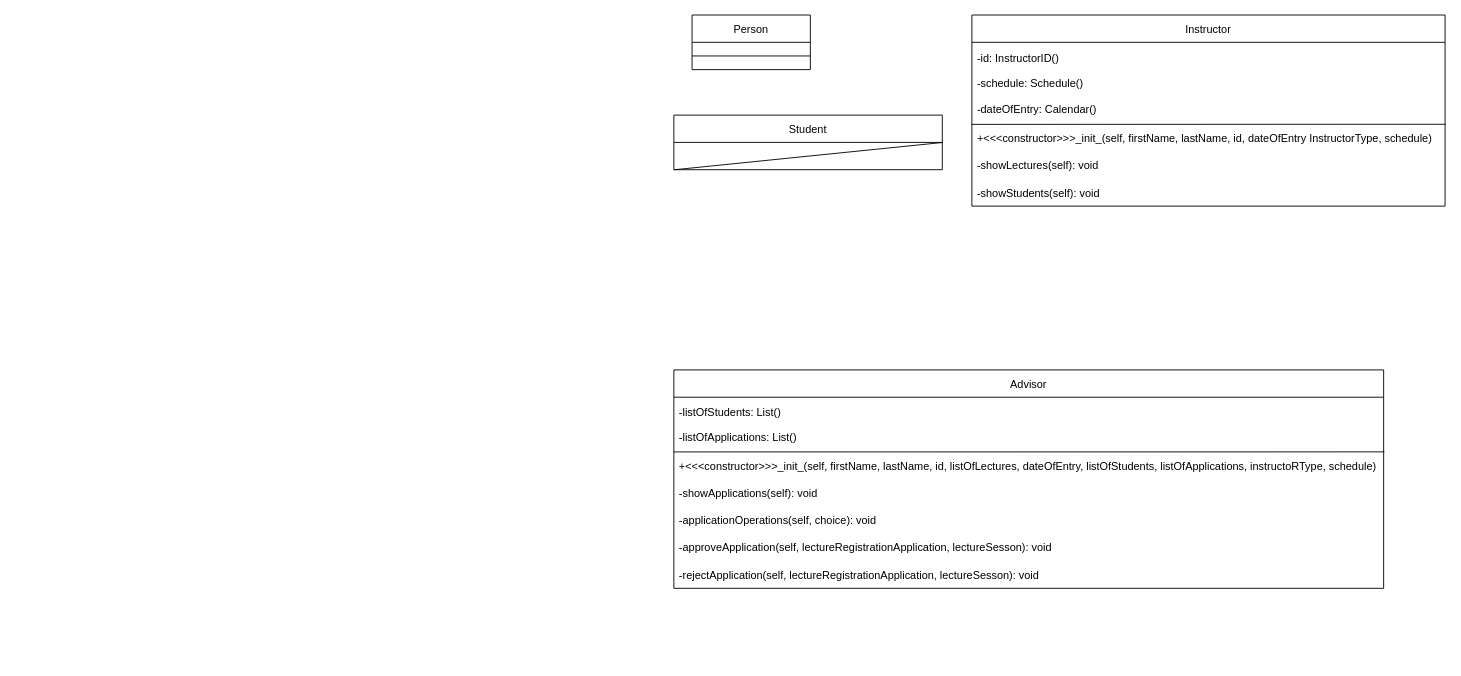
Before: serdar.drawio in gitsametcan/CSE3063F22P1_GRP1, a draw.io diagram. Source tidied: cells renumbered, new cells numbered last; positions are measured from the earlier drawing's top-left corner, leaving out a move shared by most shapes. Both pictures are drawn from the tidied source at 91%, with x=0, y=0 at pixel (673, 15).
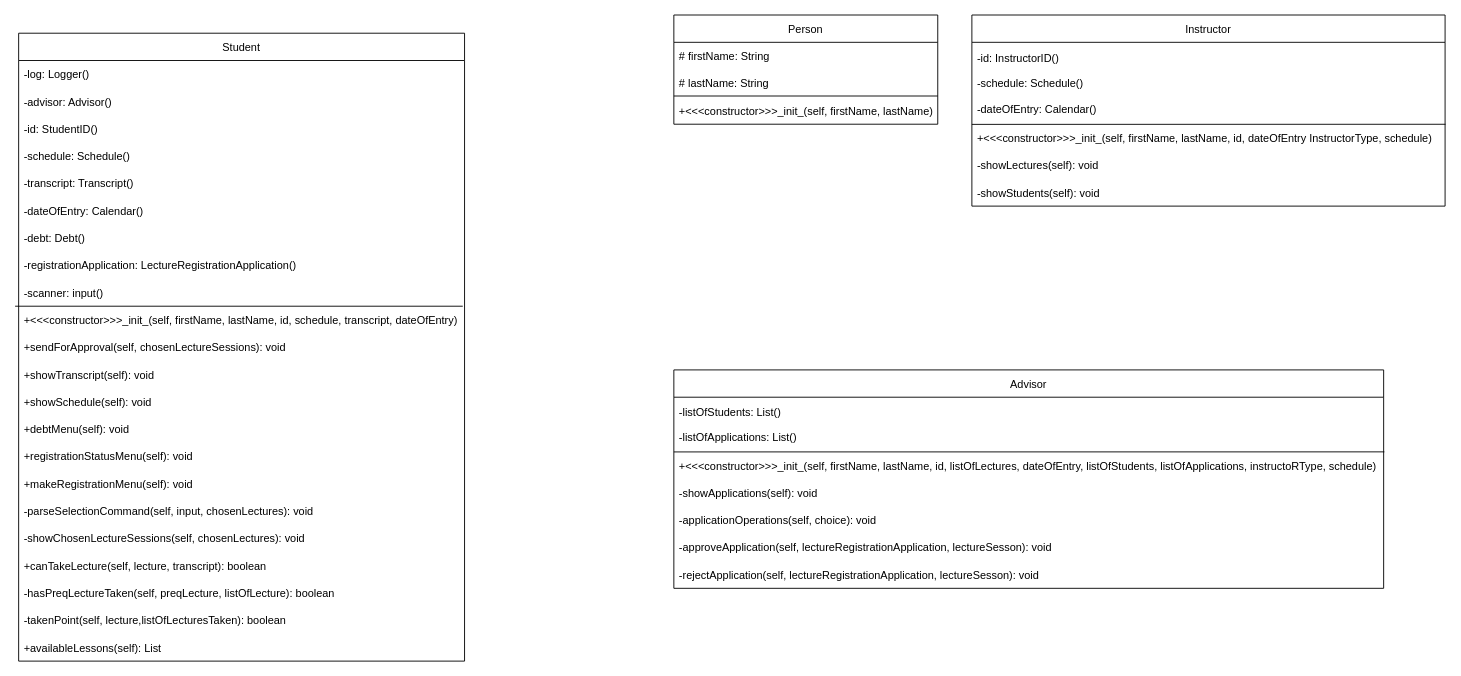
After the change.

What changed in the source:
```diff
@@
     <mxCell id="2" value="Person" style="swimlane;fontStyle=0;horizontal=1;startSize=30;" parent="1" vertex="1">
-      <mxGeometry x="20" width="130" height="60" as="geometry" />
+      <mxGeometry width="290" height="120" as="geometry" />
     </mxCell>
+    <mxCell id="20" value="# firstName: String" style="text;strokeColor=none;fillColor=none;align=left;verticalAlign=middle;spacingLeft=4;spacingRight=4;overflow=hidden;" parent="2" vertex="1">
+      <mxGeometry y="30" width="290" height="30" as="geometry" />
+    </mxCell>
+    <mxCell id="21" value="# lastName: String" style="text;strokeColor=none;fillColor=none;align=left;verticalAlign=middle;spacingLeft=4;spacingRight=4;overflow=hidden;" parent="2" vertex="1">
+      <mxGeometry y="60" width="290" height="30" as="geometry" />
+    </mxCell>
+    <mxCell id="22" style="endArrow=none;html=1;" parent="2" edge="1">
+      <mxGeometry relative="1" as="geometry">
+        <mxPoint y="89" as="sourcePoint" />
+        <mxPoint x="290" y="89" as="targetPoint" />
+      </mxGeometry>
+    </mxCell>
+    <mxCell id="23" value="+&lt;&lt;&lt;constructor&gt;&gt;&gt;_init_(self, firstName, lastName)" style="text;strokeColor=none;fillColor=none;align=left;verticalAlign=middle;spacingLeft=4;spacingRight=4;overflow=hidden;" parent="2" vertex="1">
+      <mxGeometry y="90" width="290" height="30" as="geometry" />
+    </mxCell>
@@
     <mxCell id="17" value="Student" style="swimlane;fontStyle=0;horizontal=1;startSize=30;" parent="1" vertex="1">
-      <mxGeometry y="110" width="295" height="60" as="geometry" />
+      <mxGeometry x="-720" y="20" width="490" height="690" as="geometry" />
     </mxCell>
-    <mxCell id="18" style="endArrow=none;html=1;exitX=0;exitY=1.002;exitDx=0;exitDy=0;exitPerimeter=0;entryX=1.001;entryY=0.002;entryDx=0;entryDy=0;entryPerimeter=0;" parent="17" edge="1">
-      <mxGeometry relative="1" as="geometry">
-        <mxPoint y="60.1" as="sourcePoint" />
-        <mxPoint x="295.3" y="30.1" as="targetPoint" />
-      </mxGeometry>
-    </mxCell>
-    <mxCell id="19" style="endArrow=none;html=1;exitX=0;exitY=0.75;exitDx=0;exitDy=0;entryX=1;entryY=0.75;entryDx=0;entryDy=0;" parent="1" edge="1" source="2" target="2">
-      <mxGeometry relative="1" as="geometry" />
-    </mxCell>
+    <mxCell id="24" value="-log: Logger()" style="text;strokeColor=none;fillColor=none;align=left;verticalAlign=middle;spacingLeft=4;spacingRight=4;overflow=hidden;" parent="17" vertex="1">
+      <mxGeometry y="30" width="490" height="30" as="geometry" />
+    </mxCell>
+    <mxCell id="25" value="-advisor: Advisor()" style="text;strokeColor=none;fillColor=none;align=left;verticalAlign=middle;spacingLeft=4;spacingRight=4;overflow=hidden;" parent="17" vertex="1">
+      <mxGeometry y="60" width="490" height="30" as="geometry" />
+    </mxCell>
+    <mxCell id="26" value="-id: StudentID()" style="text;strokeColor=none;fillColor=none;align=left;verticalAlign=middle;spacingLeft=4;spacingRight=4;overflow=hidden;" parent="17" vertex="1">
+      <mxGeometry y="90" width="490" height="30" as="geometry" />
+    </mxCell>
+    <mxCell id="27" value="-schedule: Schedule()" style="text;strokeColor=none;fillColor=none;align=left;verticalAlign=middle;spacingLeft=4;spacingRight=4;overflow=hidden;" parent="17" vertex="1">
+      <mxGeometry y="120" width="490" height="30" as="geometry" />
+    </mxCell>
+    <mxCell id="28" value="-transcript: Transcript()" style="text;strokeColor=none;fillColor=none;align=left;verticalAlign=middle;spacingLeft=4;spacingRight=4;overflow=hidden;" parent="17" vertex="1">
+      <mxGeometry y="150" width="490" height="30" as="geometry" />
+    </mxCell>
+    <mxCell id="29" value="-dateOfEntry: Calendar()" style="text;strokeColor=none;fillColor=none;align=left;verticalAlign=middle;spacingLeft=4;spacingRight=4;overflow=hidden;" parent="17" vertex="1">
+      <mxGeometry y="180" width="490" height="30" as="geometry" />
+    </mxCell>
+    <mxCell id="30" value="-debt: Debt()" style="text;strokeColor=none;fillColor=none;align=left;verticalAlign=middle;spacingLeft=4;spacingRight=4;overflow=hidden;" parent="17" vertex="1">
+      <mxGeometry y="210" width="490" height="30" as="geometry" />
+    </mxCell>
+    <mxCell id="31" value="-registrationApplication: LectureRegistrationApplication()" style="text;strokeColor=none;fillColor=none;align=left;verticalAlign=middle;spacingLeft=4;spacingRight=4;overflow=hidden;" parent="17" vertex="1">
+      <mxGeometry y="240" width="490" height="30" as="geometry" />
+    </mxCell>
+    <mxCell id="32" value="-scanner: input()" style="text;strokeColor=none;fillColor=none;align=left;verticalAlign=middle;spacingLeft=4;spacingRight=4;overflow=hidden;" parent="17" vertex="1">
+      <mxGeometry y="270" width="490" height="30" as="geometry" />
+    </mxCell>
+    <mxCell id="33" value="+&lt;&lt;&lt;constructor&gt;&gt;&gt;_init_(self, firstName, lastName, id, schedule, transcript, dateOfEntry)" style="text;strokeColor=none;fillColor=none;align=left;verticalAlign=middle;spacingLeft=4;spacingRight=4;overflow=hidden;points=[[0,0.5],[1,0.5]];portConstraint=eastwest;" parent="17" vertex="1">
+      <mxGeometry y="300" width="490" height="30" as="geometry" />
+    </mxCell>
+    <mxCell id="34" style="endArrow=none;html=1;exitX=-0.008;exitY=0;exitDx=0;exitDy=0;exitPerimeter=0;entryX=0.996;entryY=0;entryDx=0;entryDy=0;entryPerimeter=0;" parent="17" edge="1" source="33" target="33">
+      <mxGeometry relative="1" as="geometry" />
+    </mxCell>
+    <mxCell id="35" value="+sendForApproval(self, chosenLectureSessions): void" style="text;strokeColor=none;fillColor=none;align=left;verticalAlign=middle;spacingLeft=4;spacingRight=4;overflow=hidden;" parent="17" vertex="1">
+      <mxGeometry y="330" width="490" height="30" as="geometry" />
+    </mxCell>
+    <mxCell id="36" value="+showTranscript(self): void" style="text;strokeColor=none;fillColor=none;align=left;verticalAlign=middle;spacingLeft=4;spacingRight=4;overflow=hidden;" parent="17" vertex="1">
+      <mxGeometry y="360" width="490" height="30" as="geometry" />
+    </mxCell>
+    <mxCell id="37" value="+showSchedule(self): void" style="text;strokeColor=none;fillColor=none;align=left;verticalAlign=middle;spacingLeft=4;spacingRight=4;overflow=hidden;" parent="17" vertex="1">
+      <mxGeometry y="390" width="490" height="30" as="geometry" />
+    </mxCell>
+    <mxCell id="38" value="+debtMenu(self): void" style="text;strokeColor=none;fillColor=none;align=left;verticalAlign=middle;spacingLeft=4;spacingRight=4;overflow=hidden;" parent="17" vertex="1">
+      <mxGeometry y="420" width="490" height="30" as="geometry" />
+    </mxCell>
+    <mxCell id="39" value="+registrationStatusMenu(self): void" style="text;strokeColor=none;fillColor=none;align=left;verticalAlign=middle;spacingLeft=4;spacingRight=4;overflow=hidden;" parent="17" vertex="1">
+      <mxGeometry y="450" width="490" height="30" as="geometry" />
+    </mxCell>
+    <mxCell id="40" value="+makeRegistrationMenu(self): void" style="text;strokeColor=none;fillColor=none;align=left;verticalAlign=middle;spacingLeft=4;spacingRight=4;overflow=hidden;" parent="17" vertex="1">
+      <mxGeometry y="480" width="490" height="30" as="geometry" />
+    </mxCell>
+    <mxCell id="41" value="-parseSelectionCommand(self, input, chosenLectures): void" style="text;strokeColor=none;fillColor=none;align=left;verticalAlign=middle;spacingLeft=4;spacingRight=4;overflow=hidden;" parent="17" vertex="1">
+      <mxGeometry y="510" width="490" height="30" as="geometry" />
+    </mxCell>
+    <mxCell id="42" value="-showChosenLectureSessions(self, chosenLectures): void" style="text;strokeColor=none;fillColor=none;align=left;verticalAlign=middle;spacingLeft=4;spacingRight=4;overflow=hidden;" parent="17" vertex="1">
+      <mxGeometry y="540" width="490" height="30" as="geometry" />
+    </mxCell>
+    <mxCell id="43" value="+canTakeLecture(self, lecture, transcript): boolean" style="text;strokeColor=none;fillColor=none;align=left;verticalAlign=middle;spacingLeft=4;spacingRight=4;overflow=hidden;" parent="17" vertex="1">
+      <mxGeometry y="570" width="490" height="30" as="geometry" />
+    </mxCell>
+    <mxCell id="44" value="-hasPreqLectureTaken(self, preqLecture, listOfLecture): boolean" style="text;strokeColor=none;fillColor=none;align=left;verticalAlign=middle;spacingLeft=4;spacingRight=4;overflow=hidden;" parent="17" vertex="1">
+      <mxGeometry y="600" width="490" height="30" as="geometry" />
+    </mxCell>
+    <mxCell id="45" value="-takenPoint(self, lecture,listOfLecturesTaken): boolean" style="text;strokeColor=none;fillColor=none;align=left;verticalAlign=middle;spacingLeft=4;spacingRight=4;overflow=hidden;" parent="17" vertex="1">
+      <mxGeometry y="630" width="490" height="30" as="geometry" />
+    </mxCell>
+    <mxCell id="46" value="+availableLessons(self): List" style="text;strokeColor=none;fillColor=none;align=left;verticalAlign=middle;spacingLeft=4;spacingRight=4;overflow=hidden;" parent="17" vertex="1">
+      <mxGeometry y="660" width="490" height="30" as="geometry" />
+    </mxCell>
```
